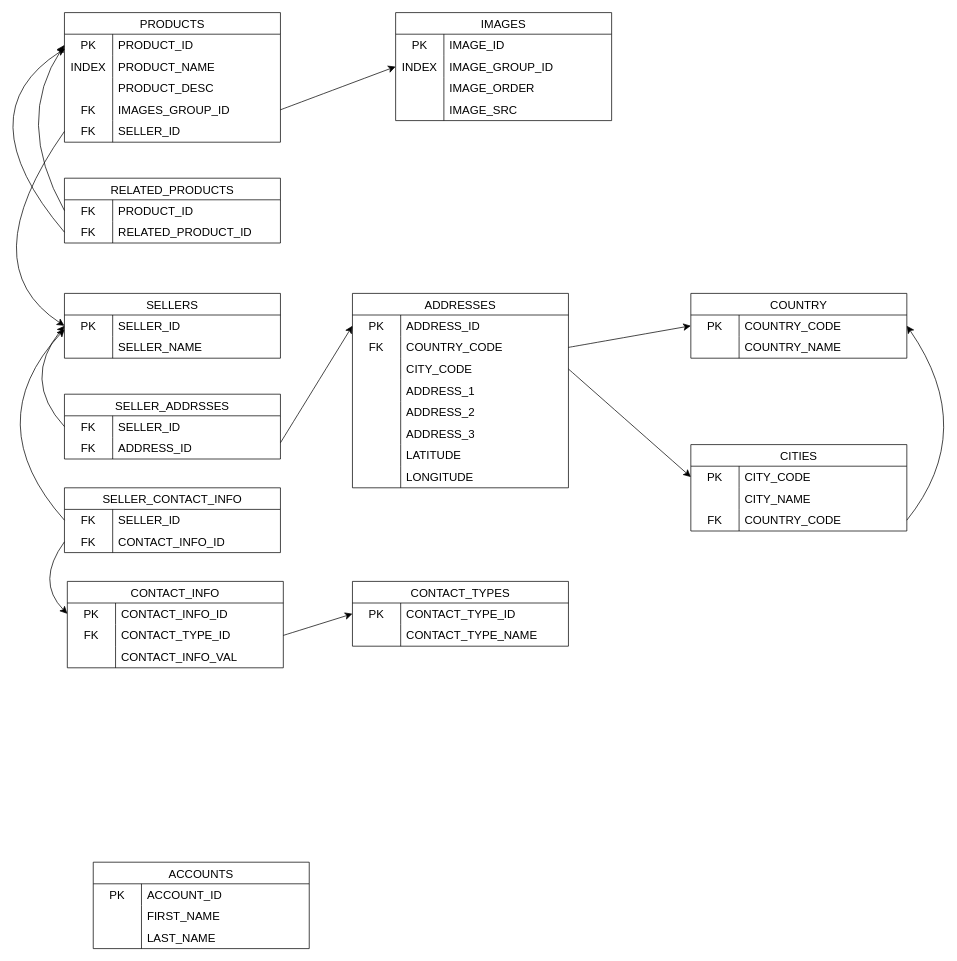
abd-rish/ECommerce keeps this draw.io diagram as Diagrams/sellerCentral.drawio. Above is the earlier version. Source tidied: cells renumbered, new cells numbered last; positions are measured from the earlier drawing's top-left corner, leaving out a move shared by most shapes. Both pictures are drawn from the tidied source at 72%, with x=0, y=0 at pixel (-37, 12).
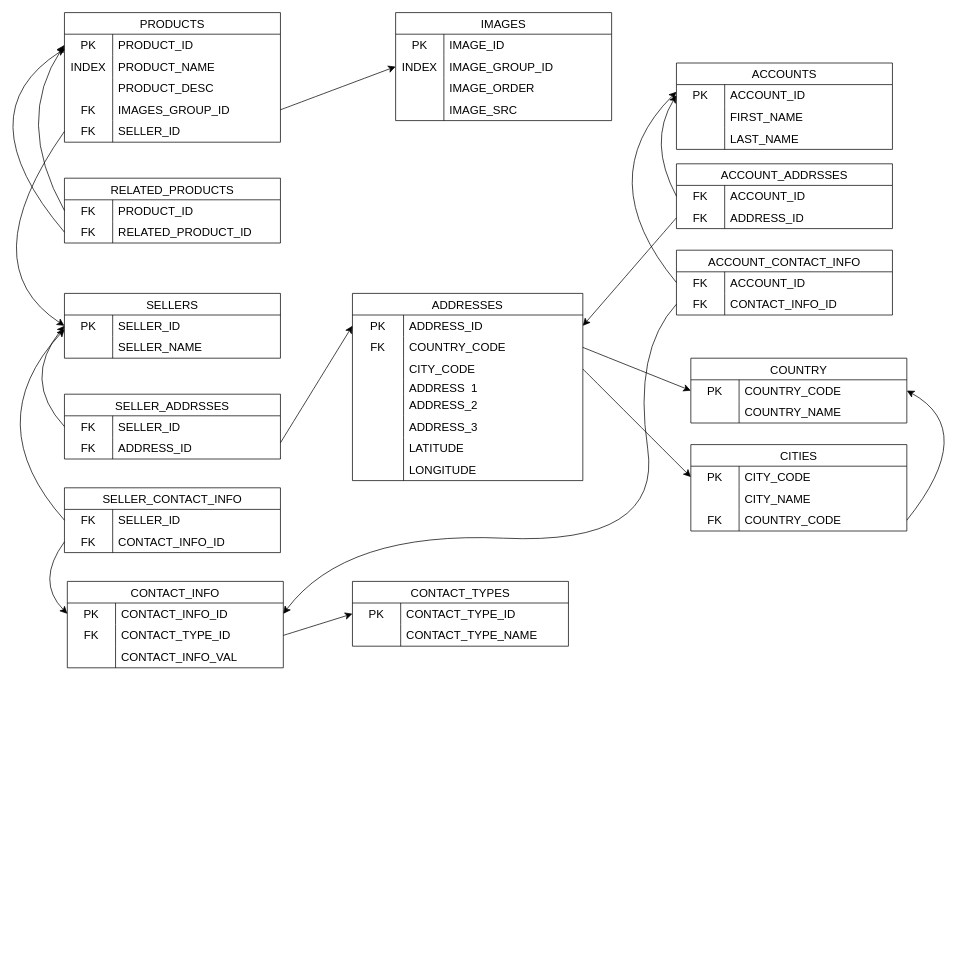
The same diagram, later.

Unchanged cells that the change refers to:
```xml
<mxCell id="102" style="shape=tableRow;horizontal=0;startSize=0;swimlaneHead=0;swimlaneBody=0;top=0;left=0;bottom=0;right=0;fillColor=none;points=[[0,0.5],[1,0.5]];portConstraint=eastwest;strokeColor=inherit;fontSize=16;" parent="101" vertex="1">
  <mxGeometry y="30" width="300" height="30" as="geometry" />
</mxCell>
<mxCell id="113" style="shape=tableRow;horizontal=0;startSize=0;swimlaneHead=0;swimlaneBody=0;top=0;left=0;bottom=0;right=0;fillColor=none;points=[[0,0.5],[1,0.5]];portConstraint=eastwest;strokeColor=inherit;fontSize=16;" parent="112" vertex="1">
  <mxGeometry y="30" width="300" height="30" as="geometry" />
</mxCell>
```

Change to the diagram source:
```diff
@@
     <mxCell id="49" value="ADDRESSES" style="shape=table;startSize=30;childLayout=tableLayout;rowLines=0;fontStyle=0;strokeColor=default;fontSize=16;" parent="1" vertex="1">
-      <mxGeometry x="540" y="390" width="300" height="270" as="geometry" />
+      <mxGeometry x="540" y="390" width="320" height="260" as="geometry" />
     </mxCell>
     <mxCell id="50" style="shape=tableRow;horizontal=0;startSize=0;swimlaneHead=0;swimlaneBody=0;top=0;left=0;bottom=0;right=0;fillColor=none;points=[[0,0.5],[1,0.5]];portConstraint=eastwest;strokeColor=inherit;fontSize=16;" parent="49" vertex="1">
-      <mxGeometry y="30" width="300" height="30" as="geometry" />
+      <mxGeometry y="30" width="320" height="30" as="geometry" />
     </mxCell>
     <mxCell id="51" value="PK" style="shape=partialRectangle;html=1;whiteSpace=wrap;fillColor=none;top=0;left=0;bottom=0;right=0;overflow=hidden;strokeColor=inherit;fontSize=16;" parent="50" vertex="1">
-      <mxGeometry width="67" height="30" as="geometry" />
+      <mxGeometry width="71" height="30" as="geometry" />
     </mxCell>
     <mxCell id="52" value="ADDRESS_ID" style="shape=partialRectangle;html=1;whiteSpace=wrap;fillColor=none;top=0;left=0;bottom=0;right=0;align=left;spacingLeft=6;overflow=hidden;strokeColor=inherit;fontSize=16;" parent="50" vertex="1">
-      <mxGeometry x="67" width="233" height="30" as="geometry" />
+      <mxGeometry x="71" width="249" height="30" as="geometry" />
     </mxCell>
     <mxCell id="53" style="shape=tableRow;horizontal=0;startSize=0;swimlaneHead=0;swimlaneBody=0;top=0;left=0;bottom=0;right=0;fillColor=none;points=[[0,0.5],[1,0.5]];portConstraint=eastwest;strokeColor=inherit;fontSize=16;" parent="49" vertex="1">
-      <mxGeometry y="60" width="300" height="30" as="geometry" />
+      <mxGeometry y="60" width="320" height="30" as="geometry" />
     </mxCell>
     <mxCell id="54" value="FK" style="shape=partialRectangle;html=1;whiteSpace=wrap;fillColor=none;top=0;left=0;bottom=0;right=0;overflow=hidden;strokeColor=inherit;fontSize=16;" parent="53" vertex="1">
-      <mxGeometry width="67" height="30" as="geometry" />
+      <mxGeometry width="71" height="30" as="geometry" />
     </mxCell>
     <mxCell id="55" value="COUNTRY_CODE" style="shape=partialRectangle;html=1;whiteSpace=wrap;fillColor=none;top=0;left=0;bottom=0;right=0;align=left;spacingLeft=6;overflow=hidden;strokeColor=inherit;fontSize=16;" parent="53" vertex="1">
-      <mxGeometry x="67" width="233" height="30" as="geometry" />
+      <mxGeometry x="71" width="249" height="30" as="geometry" />
     </mxCell>
     <mxCell id="56" style="shape=tableRow;horizontal=0;startSize=0;swimlaneHead=0;swimlaneBody=0;top=0;left=0;bottom=0;right=0;fillColor=none;points=[[0,0.5],[1,0.5]];portConstraint=eastwest;strokeColor=inherit;fontSize=16;" parent="49" vertex="1">
-      <mxGeometry y="90" width="300" height="30" as="geometry" />
+      <mxGeometry y="90" width="320" height="30" as="geometry" />
     </mxCell>
     <mxCell id="57" style="shape=partialRectangle;html=1;whiteSpace=wrap;fillColor=none;top=0;left=0;bottom=0;right=0;overflow=hidden;strokeColor=inherit;fontSize=16;" parent="56" vertex="1">
-      <mxGeometry width="67" height="30" as="geometry" />
+      <mxGeometry width="71" height="30" as="geometry" />
     </mxCell>
     <mxCell id="58" value="CITY_CODE" style="shape=partialRectangle;html=1;whiteSpace=wrap;fillColor=none;top=0;left=0;bottom=0;right=0;align=left;spacingLeft=6;overflow=hidden;strokeColor=inherit;fontSize=16;" parent="56" vertex="1">
-      <mxGeometry x="67" width="233" height="30" as="geometry" />
+      <mxGeometry x="71" width="249" height="30" as="geometry" />
     </mxCell>
     <mxCell id="59" style="shape=tableRow;horizontal=0;startSize=0;swimlaneHead=0;swimlaneBody=0;top=0;left=0;bottom=0;right=0;fillColor=none;strokeColor=inherit;fontSize=16;" parent="49" vertex="1">
-      <mxGeometry y="120" width="300" height="30" as="geometry" />
+      <mxGeometry y="120" width="320" height="20" as="geometry" />
     </mxCell>
     <mxCell id="60" style="shape=partialRectangle;html=1;whiteSpace=wrap;fillColor=none;top=0;left=0;bottom=0;right=0;overflow=hidden;strokeColor=inherit;fontSize=16;" parent="59" vertex="1">
-      <mxGeometry width="67" height="30" as="geometry" />
+      <mxGeometry width="71" height="20" as="geometry" />
     </mxCell>
     <mxCell id="61" value="ADDRESS_1" style="shape=partialRectangle;html=1;whiteSpace=wrap;fillColor=none;top=0;left=0;bottom=0;right=0;align=left;spacingLeft=6;overflow=hidden;strokeColor=inherit;fontSize=16;" parent="59" vertex="1">
-      <mxGeometry x="67" width="233" height="30" as="geometry" />
+      <mxGeometry x="71" width="249" height="20" as="geometry" />
     </mxCell>
     <mxCell id="62" style="shape=tableRow;horizontal=0;startSize=0;swimlaneHead=0;swimlaneBody=0;top=0;left=0;bottom=0;right=0;fillColor=none;strokeColor=inherit;fontSize=16;" parent="49" vertex="1">
-      <mxGeometry y="150" width="300" height="30" as="geometry" />
+      <mxGeometry y="140" width="320" height="30" as="geometry" />
     </mxCell>
     <mxCell id="63" style="shape=partialRectangle;html=1;whiteSpace=wrap;fillColor=none;top=0;left=0;bottom=0;right=0;overflow=hidden;strokeColor=inherit;fontSize=16;" parent="62" vertex="1">
-      <mxGeometry width="67" height="30" as="geometry" />
+      <mxGeometry width="71" height="30" as="geometry" />
     </mxCell>
     <mxCell id="64" value="ADDRESS_2" style="shape=partialRectangle;html=1;whiteSpace=wrap;fillColor=none;top=0;left=0;bottom=0;right=0;align=left;spacingLeft=6;overflow=hidden;strokeColor=inherit;fontSize=16;" parent="62" vertex="1">
-      <mxGeometry x="67" width="233" height="30" as="geometry" />
+      <mxGeometry x="71" width="249" height="30" as="geometry" />
     </mxCell>
     <mxCell id="65" style="shape=tableRow;horizontal=0;startSize=0;swimlaneHead=0;swimlaneBody=0;top=0;left=0;bottom=0;right=0;fillColor=none;strokeColor=inherit;fontSize=16;" parent="49" vertex="1">
-      <mxGeometry y="180" width="300" height="30" as="geometry" />
+      <mxGeometry y="170" width="320" height="30" as="geometry" />
     </mxCell>
     <mxCell id="66" style="shape=partialRectangle;html=1;whiteSpace=wrap;fillColor=none;top=0;left=0;bottom=0;right=0;overflow=hidden;strokeColor=inherit;fontSize=16;" parent="65" vertex="1">
-      <mxGeometry width="67" height="30" as="geometry" />
+      <mxGeometry width="71" height="30" as="geometry" />
     </mxCell>
     <mxCell id="67" value="ADDRESS_3" style="shape=partialRectangle;html=1;whiteSpace=wrap;fillColor=none;top=0;left=0;bottom=0;right=0;align=left;spacingLeft=6;overflow=hidden;strokeColor=inherit;fontSize=16;" parent="65" vertex="1">
-      <mxGeometry x="67" width="233" height="30" as="geometry" />
+      <mxGeometry x="71" width="249" height="30" as="geometry" />
     </mxCell>
     <mxCell id="68" style="shape=tableRow;horizontal=0;startSize=0;swimlaneHead=0;swimlaneBody=0;top=0;left=0;bottom=0;right=0;fillColor=none;strokeColor=inherit;fontSize=16;" parent="49" vertex="1">
-      <mxGeometry y="210" width="300" height="30" as="geometry" />
+      <mxGeometry y="200" width="320" height="30" as="geometry" />
     </mxCell>
     <mxCell id="69" style="shape=partialRectangle;html=1;whiteSpace=wrap;fillColor=none;top=0;left=0;bottom=0;right=0;overflow=hidden;strokeColor=inherit;fontSize=16;" parent="68" vertex="1">
-      <mxGeometry width="67" height="30" as="geometry" />
+      <mxGeometry width="71" height="30" as="geometry" />
     </mxCell>
     <mxCell id="70" value="LATITUDE" style="shape=partialRectangle;html=1;whiteSpace=wrap;fillColor=none;top=0;left=0;bottom=0;right=0;align=left;spacingLeft=6;overflow=hidden;strokeColor=inherit;fontSize=16;" parent="68" vertex="1">
-      <mxGeometry x="67" width="233" height="30" as="geometry" />
+      <mxGeometry x="71" width="249" height="30" as="geometry" />
     </mxCell>
     <mxCell id="71" style="shape=tableRow;horizontal=0;startSize=0;swimlaneHead=0;swimlaneBody=0;top=0;left=0;bottom=0;right=0;fillColor=none;strokeColor=inherit;fontSize=16;" parent="49" vertex="1">
-      <mxGeometry y="240" width="300" height="30" as="geometry" />
+      <mxGeometry y="230" width="320" height="30" as="geometry" />
     </mxCell>
     <mxCell id="72" style="shape=partialRectangle;html=1;whiteSpace=wrap;fillColor=none;top=0;left=0;bottom=0;right=0;overflow=hidden;strokeColor=inherit;fontSize=16;" parent="71" vertex="1">
-      <mxGeometry width="67" height="30" as="geometry" />
+      <mxGeometry width="71" height="30" as="geometry" />
     </mxCell>
     <mxCell id="73" value="LONGITUDE" style="shape=partialRectangle;html=1;whiteSpace=wrap;fillColor=none;top=0;left=0;bottom=0;right=0;align=left;spacingLeft=6;overflow=hidden;strokeColor=inherit;fontSize=16;" parent="71" vertex="1">
-      <mxGeometry x="67" width="233" height="30" as="geometry" />
+      <mxGeometry x="71" width="249" height="30" as="geometry" />
     </mxCell>
     <mxCell id="74" value="COUNTRY" style="shape=table;startSize=30;childLayout=tableLayout;rowLines=0;fontStyle=0;strokeColor=default;fontSize=16;" parent="1" vertex="1">
-      <mxGeometry x="1010" y="390" width="300" height="90" as="geometry" />
+      <mxGeometry x="1010" y="480" width="300" height="90" as="geometry" />
     </mxCell>
@@
     <mxCell id="112" value="ACCOUNTS" style="shape=table;startSize=30;childLayout=tableLayout;rowLines=0;fontStyle=0;strokeColor=default;fontSize=16;" parent="1" vertex="1">
-      <mxGeometry x="180" y="1180" width="300" height="120" as="geometry" />
+      <mxGeometry x="990" y="70" width="300" height="120" as="geometry" />
     </mxCell>
@@
+    <mxCell id="140" value="ACCOUNT_ADDRSSES" style="shape=table;startSize=30;childLayout=tableLayout;rowLines=0;fontStyle=0;strokeColor=default;fontSize=16;" parent="1" vertex="1">
+      <mxGeometry x="990" y="210" width="300" height="90" as="geometry" />
+    </mxCell>
+    <mxCell id="141" style="shape=tableRow;horizontal=0;startSize=0;swimlaneHead=0;swimlaneBody=0;top=0;left=0;bottom=0;right=0;fillColor=none;points=[[0,0.5],[1,0.5]];portConstraint=eastwest;strokeColor=inherit;fontSize=16;" parent="140" vertex="1">
+      <mxGeometry y="30" width="300" height="30" as="geometry" />
+    </mxCell>
+    <mxCell id="142" value="FK" style="shape=partialRectangle;html=1;whiteSpace=wrap;fillColor=none;top=0;left=0;bottom=0;right=0;overflow=hidden;strokeColor=inherit;fontSize=16;" parent="141" vertex="1">
+      <mxGeometry width="67" height="30" as="geometry" />
+    </mxCell>
+    <mxCell id="143" value="ACCOUNT_ID" style="shape=partialRectangle;html=1;whiteSpace=wrap;fillColor=none;top=0;left=0;bottom=0;right=0;align=left;spacingLeft=6;overflow=hidden;strokeColor=inherit;fontSize=16;" parent="141" vertex="1">
+      <mxGeometry x="67" width="233" height="30" as="geometry" />
+    </mxCell>
+    <mxCell id="144" style="shape=tableRow;horizontal=0;startSize=0;swimlaneHead=0;swimlaneBody=0;top=0;left=0;bottom=0;right=0;fillColor=none;points=[[0,0.5],[1,0.5]];portConstraint=eastwest;strokeColor=inherit;fontSize=16;" parent="140" vertex="1">
+      <mxGeometry y="60" width="300" height="30" as="geometry" />
+    </mxCell>
+    <mxCell id="145" value="FK" style="shape=partialRectangle;html=1;whiteSpace=wrap;fillColor=none;top=0;left=0;bottom=0;right=0;overflow=hidden;strokeColor=inherit;fontSize=16;" parent="144" vertex="1">
+      <mxGeometry width="67" height="30" as="geometry" />
+    </mxCell>
+    <mxCell id="146" value="ADDRESS_ID" style="shape=partialRectangle;html=1;whiteSpace=wrap;fillColor=none;top=0;left=0;bottom=0;right=0;align=left;spacingLeft=6;overflow=hidden;strokeColor=inherit;fontSize=16;" parent="144" vertex="1">
+      <mxGeometry x="67" width="233" height="30" as="geometry" />
+    </mxCell>
+    <mxCell id="147" style="edgeStyle=none;curved=1;rounded=0;jettySize=auto;html=1;exitX=0;exitY=0.5;exitDx=0;exitDy=0;entryX=0;entryY=0.5;entryDx=0;entryDy=0;fontSize=12;startSize=8;endSize=8;" parent="1" edge="1" source="141" target="113">
+      <mxGeometry relative="1" as="geometry">
+        <Array as="points">
+          <mxPoint x="950" y="180" />
+        </Array>
+      </mxGeometry>
+    </mxCell>
+    <mxCell id="148" style="edgeStyle=none;curved=1;rounded=0;jettySize=auto;html=1;exitX=0;exitY=0.5;exitDx=0;exitDy=0;entryX=1;entryY=0.5;entryDx=0;entryDy=0;fontSize=12;startSize=8;endSize=8;" parent="1" edge="1" source="144" target="50">
+      <mxGeometry relative="1" as="geometry" />
+    </mxCell>
+    <mxCell id="149" style="edgeStyle=none;curved=1;rounded=0;jettySize=auto;html=1;exitX=0;exitY=0.5;exitDx=0;exitDy=0;fontSize=12;startSize=8;endSize=8;" parent="1" edge="1" source="150">
+      <mxGeometry relative="1" as="geometry">
+        <mxPoint x="990" y="110" as="targetPoint" />
+        <Array as="points">
+          <mxPoint x="870" y="230" />
+        </Array>
+      </mxGeometry>
+    </mxCell>
+    <mxCell id="150" value="ACCOUNT_CONTACT_INFO" style="shape=table;startSize=30;childLayout=tableLayout;rowLines=0;fontStyle=0;strokeColor=default;fontSize=16;" parent="1" vertex="1">
+      <mxGeometry x="990" y="330" width="300" height="90" as="geometry" />
+    </mxCell>
+    <mxCell id="151" style="shape=tableRow;horizontal=0;startSize=0;swimlaneHead=0;swimlaneBody=0;top=0;left=0;bottom=0;right=0;fillColor=none;strokeColor=inherit;fontSize=16;" parent="150" vertex="1">
+      <mxGeometry y="30" width="300" height="30" as="geometry" />
+    </mxCell>
+    <mxCell id="152" value="FK" style="shape=partialRectangle;html=1;whiteSpace=wrap;fillColor=none;top=0;left=0;bottom=0;right=0;overflow=hidden;strokeColor=inherit;fontSize=16;" parent="151" vertex="1">
+      <mxGeometry width="67" height="30" as="geometry" />
+    </mxCell>
+    <mxCell id="153" value="ACCOUNT_ID" style="shape=partialRectangle;html=1;whiteSpace=wrap;fillColor=none;top=0;left=0;bottom=0;right=0;align=left;spacingLeft=6;overflow=hidden;strokeColor=inherit;fontSize=16;" parent="151" vertex="1">
+      <mxGeometry x="67" width="233" height="30" as="geometry" />
+    </mxCell>
+    <mxCell id="154" style="shape=tableRow;horizontal=0;startSize=0;swimlaneHead=0;swimlaneBody=0;top=0;left=0;bottom=0;right=0;fillColor=none;points=[[0,0.5],[1,0.5]];portConstraint=eastwest;strokeColor=inherit;fontSize=16;" parent="150" vertex="1">
+      <mxGeometry y="60" width="300" height="30" as="geometry" />
+    </mxCell>
+    <mxCell id="155" value="FK" style="shape=partialRectangle;html=1;whiteSpace=wrap;fillColor=none;top=0;left=0;bottom=0;right=0;overflow=hidden;strokeColor=inherit;fontSize=16;" parent="154" vertex="1">
+      <mxGeometry width="67" height="30" as="geometry" />
+    </mxCell>
+    <mxCell id="156" value="CONTACT_INFO_ID" style="shape=partialRectangle;html=1;whiteSpace=wrap;fillColor=none;top=0;left=0;bottom=0;right=0;align=left;spacingLeft=6;overflow=hidden;strokeColor=inherit;fontSize=16;" parent="154" vertex="1">
+      <mxGeometry x="67" width="233" height="30" as="geometry" />
+    </mxCell>
+    <mxCell id="157" style="edgeStyle=none;curved=1;rounded=0;jettySize=auto;html=1;exitX=0;exitY=0.5;exitDx=0;exitDy=0;entryX=1;entryY=0.5;entryDx=0;entryDy=0;fontSize=12;startSize=8;endSize=8;" parent="1" edge="1" source="154" target="102">
+      <mxGeometry relative="1" as="geometry">
+        <Array as="points">
+          <mxPoint x="930" y="470" />
+          <mxPoint x="970" y="740" />
+          <mxPoint x="530" y="720" />
+        </Array>
+      </mxGeometry>
+    </mxCell>
```
